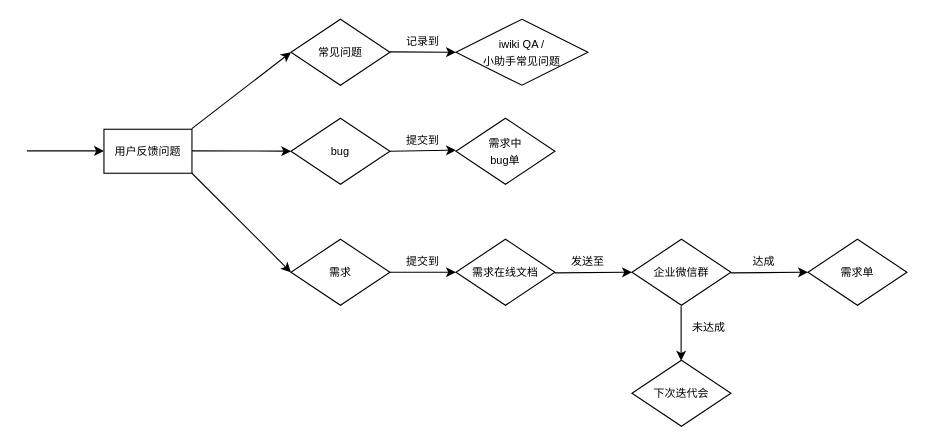
The draw.io diagram src/Untitled Diagram.drawio in JShengYi/drawio, before the edit. Source tidied: cells renumbered, new cells numbered last; positions are measured from the earlier drawing's top-left corner, leaving out a move shared by most shapes. Both pictures are drawn from the tidied source at 110%, with x=0, y=0 at pixel (26, 19).
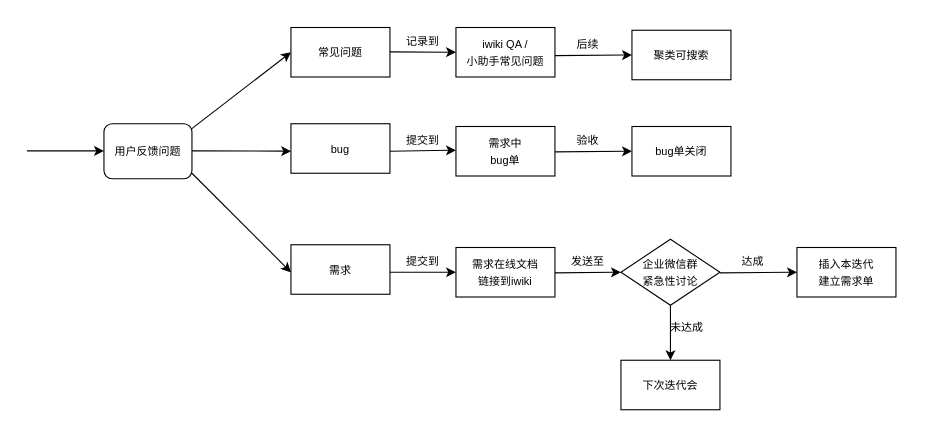
The same diagram, later.

Commit message:
需求流程图.drawio

Change to the diagram source:
```diff
@@
-    <mxCell id="2" value="&lt;font style=&quot;font-size: 10px&quot;&gt;用户反馈问题&lt;/font&gt;" style="rounded=0;whiteSpace=wrap;html=1;" parent="1" vertex="1">
-      <mxGeometry x="70" y="100" width="80" height="40" as="geometry" />
-    </mxCell>
@@
-    <mxCell id="4" value="&lt;font style=&quot;font-size: 10px&quot;&gt;常见问题&lt;/font&gt;" style="rhombus;whiteSpace=wrap;html=1;" parent="1" vertex="1">
-      <mxGeometry x="240" width="90" height="60" as="geometry" />
-    </mxCell>
-    <mxCell id="5" value="&lt;font style=&quot;font-size: 10px&quot;&gt;iwiki QA /&lt;br&gt;小助手常见问题&lt;/font&gt;" style="rhombus;whiteSpace=wrap;html=1;" parent="1" vertex="1">
-      <mxGeometry x="390" width="120" height="60" as="geometry" />
-    </mxCell>
-    <mxCell id="6" value="&lt;span style=&quot;font-size: 10px&quot;&gt;bug&lt;/span&gt;" style="rhombus;whiteSpace=wrap;html=1;" parent="1" vertex="1">
-      <mxGeometry x="240" y="90" width="90" height="60" as="geometry" />
-    </mxCell>
-    <mxCell id="7" value="&lt;span style=&quot;font-size: 10px&quot;&gt;需求中&lt;br&gt;bug单&lt;br&gt;&lt;/span&gt;" style="rhombus;whiteSpace=wrap;html=1;" parent="1" vertex="1">
-      <mxGeometry x="390" y="90" width="90" height="60" as="geometry" />
-    </mxCell>
-    <mxCell id="8" value="&lt;span style=&quot;font-size: 10px&quot;&gt;需求&lt;/span&gt;" style="rhombus;whiteSpace=wrap;html=1;" parent="1" vertex="1">
-      <mxGeometry x="240" y="200" width="90" height="60" as="geometry" />
-    </mxCell>
-    <mxCell id="9" style="endArrow=classic;html=1;" parent="1" edge="1" target="6">
+    <mxCell id="9" style="endArrow=classic;html=1;" parent="1" edge="1">
       <mxGeometry relative="1" as="geometry">
         <mxPoint x="150" y="119.7" as="sourcePoint" />
+        <mxPoint x="240.1" y="119.9" as="targetPoint" />
       </mxGeometry>
     </mxCell>
-    <mxCell id="10" style="endArrow=classic;html=1;entryX=0;entryY=0.5;entryDx=0;entryDy=0;" parent="1" edge="1" target="4">
+    <mxCell id="10" style="endArrow=classic;html=1;entryX=0;entryY=0.5;entryDx=0;entryDy=0;" parent="1" edge="1">
       <mxGeometry relative="1" as="geometry">
         <mxPoint x="149.9" y="99.4" as="sourcePoint" />
+        <mxPoint x="240" y="30" as="targetPoint" />
       </mxGeometry>
     </mxCell>
-    <mxCell id="11" style="endArrow=classic;html=1;entryX=0;entryY=0.5;entryDx=0;entryDy=0;" parent="1" edge="1" target="8">
+    <mxCell id="11" style="endArrow=classic;html=1;entryX=0;entryY=0.5;entryDx=0;entryDy=0;" parent="1" edge="1">
       <mxGeometry relative="1" as="geometry">
         <mxPoint x="150" y="140" as="sourcePoint" />
+        <mxPoint x="240" y="230" as="targetPoint" />
       </mxGeometry>
     </mxCell>
@@
-    <mxCell id="14" style="endArrow=classic;html=1;exitX=1;exitY=0.5;exitDx=0;exitDy=0;" parent="1" edge="1" source="6">
+    <mxCell id="14" style="endArrow=classic;html=1;exitX=1;exitY=0.5;exitDx=0;exitDy=0;" parent="1" edge="1">
       <mxGeometry relative="1" as="geometry">
+        <mxPoint x="330" y="120" as="sourcePoint" />
         <mxPoint x="390" y="119" as="targetPoint" />
       </mxGeometry>
     </mxCell>
@@
-    <mxCell id="16" value="&lt;span style=&quot;font-size: 10px&quot;&gt;需求在线文档&lt;br&gt;&lt;/span&gt;" style="rhombus;whiteSpace=wrap;html=1;" parent="1" vertex="1">
-      <mxGeometry x="390" y="200" width="90" height="60" as="geometry" />
-    </mxCell>
-    <mxCell id="17" style="endArrow=classic;html=1;entryX=0;entryY=0.5;entryDx=0;entryDy=0;exitX=1;exitY=0.5;exitDx=0;exitDy=0;" parent="1" edge="1" target="16">
+    <mxCell id="17" style="endArrow=classic;html=1;entryX=0;entryY=0.5;entryDx=0;entryDy=0;exitX=1;exitY=0.5;exitDx=0;exitDy=0;" parent="1" edge="1">
       <mxGeometry relative="1" as="geometry">
         <mxPoint x="330" y="230" as="sourcePoint" />
+        <mxPoint x="390" y="230" as="targetPoint" />
       </mxGeometry>
     </mxCell>
@@
     <mxCell id="19" style="endArrow=classic;html=1;exitX=1;exitY=0.5;exitDx=0;exitDy=0;" parent="1" edge="1">
       <mxGeometry relative="1" as="geometry">
         <mxPoint x="480" y="230.6" as="sourcePoint" />
-        <mxPoint x="550" y="230" as="targetPoint" />
+        <mxPoint x="540" y="230" as="targetPoint" />
       </mxGeometry>
     </mxCell>
@@
-    <mxCell id="21" value="&lt;span style=&quot;font-size: 10px&quot;&gt;企业微信群&lt;br&gt;&lt;/span&gt;" style="rhombus;whiteSpace=wrap;html=1;" parent="1" vertex="1">
-      <mxGeometry x="550" y="200" width="90" height="60" as="geometry" />
+    <mxCell id="21" value="&lt;span style=&quot;font-size: 10px&quot;&gt;企业微信群&lt;br&gt;紧急性讨论&lt;br&gt;&lt;/span&gt;" style="rhombus;whiteSpace=wrap;html=1;" parent="1" vertex="1">
+      <mxGeometry x="540" y="200" width="90" height="60" as="geometry" />
     </mxCell>
     <mxCell id="22" style="endArrow=classic;html=1;exitX=1;exitY=0.5;exitDx=0;exitDy=0;" parent="1" edge="1">
       <mxGeometry relative="1" as="geometry">
-        <mxPoint x="640" y="230.6" as="sourcePoint" />
-        <mxPoint x="710" y="230" as="targetPoint" />
+        <mxPoint x="630" y="230.6" as="sourcePoint" />
+        <mxPoint x="700" y="230" as="targetPoint" />
       </mxGeometry>
     </mxCell>
     <mxCell id="23" value="&lt;span style=&quot;font-size: 10px&quot;&gt;达成&lt;/span&gt;" style="text;html=1;strokeColor=none;fillColor=none;align=center;verticalAlign=middle;whiteSpace=wrap;rounded=0;" parent="1" vertex="1">
-      <mxGeometry x="650" y="210" width="40" height="20" as="geometry" />
+      <mxGeometry x="640" y="210" width="40" height="20" as="geometry" />
     </mxCell>
-    <mxCell id="24" value="&lt;span style=&quot;font-size: 10px&quot;&gt;需求单&lt;br&gt;&lt;/span&gt;" style="rhombus;whiteSpace=wrap;html=1;" parent="1" vertex="1">
-      <mxGeometry x="710" y="200" width="90" height="60" as="geometry" />
-    </mxCell>
-    <mxCell id="25" style="endArrow=classic;html=1;exitX=1;exitY=0.5;exitDx=0;exitDy=0;" parent="1" edge="1">
+    <mxCell id="25" style="endArrow=classic;html=1;entryX=0.5;entryY=0;entryDx=0;entryDy=0;" parent="1" edge="1" target="27">
       <mxGeometry relative="1" as="geometry">
-        <mxPoint x="594.7" y="261" as="sourcePoint" />
-        <mxPoint x="594.7" y="310.4" as="targetPoint" />
+        <mxPoint x="585" y="260" as="sourcePoint" />
       </mxGeometry>
     </mxCell>
     <mxCell id="26" value="&lt;span style=&quot;font-size: 10px&quot;&gt;未达成&lt;/span&gt;" style="text;html=1;strokeColor=none;fillColor=none;align=center;verticalAlign=middle;whiteSpace=wrap;rounded=0;" parent="1" vertex="1">
-      <mxGeometry x="600" y="270" width="40" height="20" as="geometry" />
+      <mxGeometry x="580" y="270" width="40" height="20" as="geometry" />
     </mxCell>
+    <mxCell id="2" value="&lt;span style=&quot;font-size: 10px&quot;&gt;用户反馈问题&lt;/span&gt;" style="rounded=1;whiteSpace=wrap;html=1;" parent="1" vertex="1">
+      <mxGeometry x="70" y="95" width="80" height="50" as="geometry" />
+    </mxCell>
+    <mxCell id="8" value="&lt;span style=&quot;font-size: 10px&quot;&gt;需求&lt;/span&gt;" style="rounded=0;whiteSpace=wrap;html=1;" parent="1" vertex="1">
+      <mxGeometry x="240" y="205" width="90" height="45" as="geometry" />
+    </mxCell>
+    <mxCell id="6" value="&lt;span style=&quot;font-size: 10px&quot;&gt;bug&lt;/span&gt;" style="rounded=0;whiteSpace=wrap;html=1;" parent="1" vertex="1">
+      <mxGeometry x="240" y="95" width="90" height="45" as="geometry" />
+    </mxCell>
+    <mxCell id="4" value="&lt;span style=&quot;font-size: 10px&quot;&gt;常见问题&lt;/span&gt;" style="rounded=0;whiteSpace=wrap;html=1;" parent="1" vertex="1">
+      <mxGeometry x="240" y="7.5" width="90" height="45" as="geometry" />
+    </mxCell>
+    <mxCell id="5" value="&lt;span style=&quot;font-size: 10px&quot;&gt;iwiki QA /&lt;/span&gt;&lt;br style=&quot;font-size: 10px&quot;&gt;&lt;span style=&quot;font-size: 10px&quot;&gt;小助手常见问题&lt;/span&gt;" style="rounded=0;whiteSpace=wrap;html=1;" parent="1" vertex="1">
+      <mxGeometry x="390" y="7.5" width="90" height="45" as="geometry" />
+    </mxCell>
+    <mxCell id="7" value="&lt;span style=&quot;font-size: 10px&quot;&gt;需求中&lt;/span&gt;&lt;br style=&quot;font-size: 10px&quot;&gt;&lt;span style=&quot;font-size: 10px&quot;&gt;bug单&lt;/span&gt;" style="rounded=0;whiteSpace=wrap;html=1;" parent="1" vertex="1">
+      <mxGeometry x="390" y="97.5" width="90" height="45" as="geometry" />
+    </mxCell>
+    <mxCell id="28" value="&lt;span style=&quot;font-size: 10px&quot;&gt;需求在线文档&lt;br&gt;链接到iwiki&lt;br&gt;&lt;/span&gt;" style="rounded=0;whiteSpace=wrap;html=1;" parent="1" vertex="1">
+      <mxGeometry x="390" y="207.5" width="90" height="45" as="geometry" />
+    </mxCell>
+    <mxCell id="29" value="&lt;span style=&quot;font-size: 10px&quot;&gt;插入本迭代&lt;br&gt;建立需求单&lt;/span&gt;" style="rounded=0;whiteSpace=wrap;html=1;" parent="1" vertex="1">
+      <mxGeometry x="700" y="207.5" width="90" height="45" as="geometry" />
+    </mxCell>
-    <mxCell id="27" value="&lt;span style=&quot;font-size: 10px&quot;&gt;下次迭代会&lt;br&gt;&lt;/span&gt;" style="rhombus;whiteSpace=wrap;html=1;" parent="1" vertex="1">
-      <mxGeometry x="550" y="310" width="90" height="60" as="geometry" />
+    <mxCell id="27" value="&lt;span style=&quot;font-size: 10px&quot;&gt;下次迭代会&lt;/span&gt;" style="rounded=0;whiteSpace=wrap;html=1;" parent="1" vertex="1">
+      <mxGeometry x="540" y="310" width="90" height="45" as="geometry" />
     </mxCell>
+    <mxCell id="30" value="&lt;span style=&quot;font-size: 10px&quot;&gt;验收&lt;/span&gt;" style="text;html=1;strokeColor=none;fillColor=none;align=center;verticalAlign=middle;whiteSpace=wrap;rounded=0;" parent="1" vertex="1">
+      <mxGeometry x="490" y="100" width="40" height="20" as="geometry" />
+    </mxCell>
+    <mxCell id="31" value="&lt;span style=&quot;font-size: 10px&quot;&gt;bug单关闭&lt;/span&gt;" style="rounded=0;whiteSpace=wrap;html=1;" parent="1" vertex="1">
+      <mxGeometry x="550" y="97.5" width="90" height="45" as="geometry" />
+    </mxCell>
+    <mxCell id="32" style="endArrow=classic;html=1;exitX=1;exitY=0.5;exitDx=0;exitDy=0;" parent="1" edge="1">
+      <mxGeometry relative="1" as="geometry">
+        <mxPoint x="480" y="120.6" as="sourcePoint" />
+        <mxPoint x="550" y="120" as="targetPoint" />
+      </mxGeometry>
+    </mxCell>
+    <mxCell id="33" value="&lt;span style=&quot;font-size: 10px&quot;&gt;后续&lt;/span&gt;" style="text;html=1;strokeColor=none;fillColor=none;align=center;verticalAlign=middle;whiteSpace=wrap;rounded=0;" parent="1" vertex="1">
+      <mxGeometry x="490" y="12.5" width="40" height="20" as="geometry" />
+    </mxCell>
+    <mxCell id="34" value="&lt;span style=&quot;font-size: 10px&quot;&gt;聚类可搜索&lt;/span&gt;" style="rounded=0;whiteSpace=wrap;html=1;" parent="1" vertex="1">
+      <mxGeometry x="550" y="10" width="90" height="45" as="geometry" />
+    </mxCell>
+    <mxCell id="35" style="endArrow=classic;html=1;exitX=1;exitY=0.5;exitDx=0;exitDy=0;" parent="1" edge="1">
+      <mxGeometry relative="1" as="geometry">
+        <mxPoint x="480" y="33.1" as="sourcePoint" />
+        <mxPoint x="550" y="32.5" as="targetPoint" />
+      </mxGeometry>
+    </mxCell>
```
